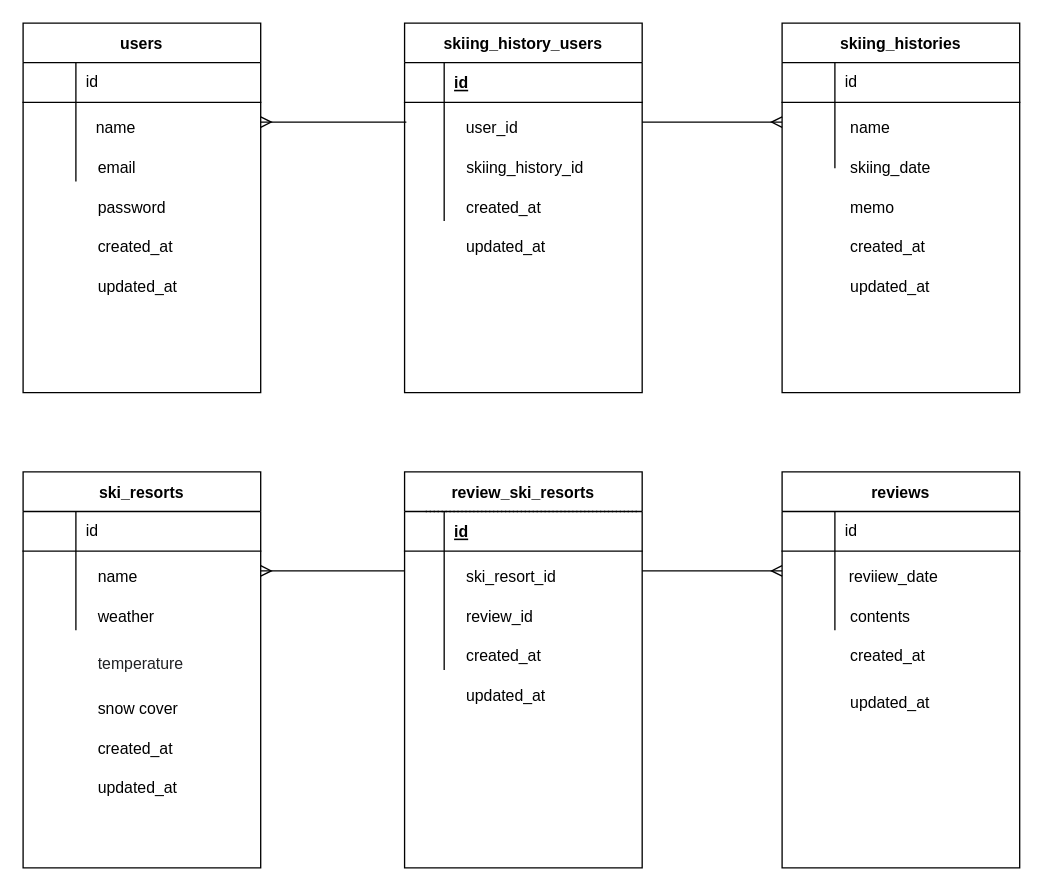
funa074/snow-man keeps this draw.io diagram as er_diagram.drawio. Above is the earlier version. Source tidied: cells renumbered, new cells numbered last; positions are measured from the earlier drawing's top-left corner, leaving out a move shared by most shapes. Both pictures are drawn from the tidied source at 132%, with x=0, y=0 at pixel (22, 22).
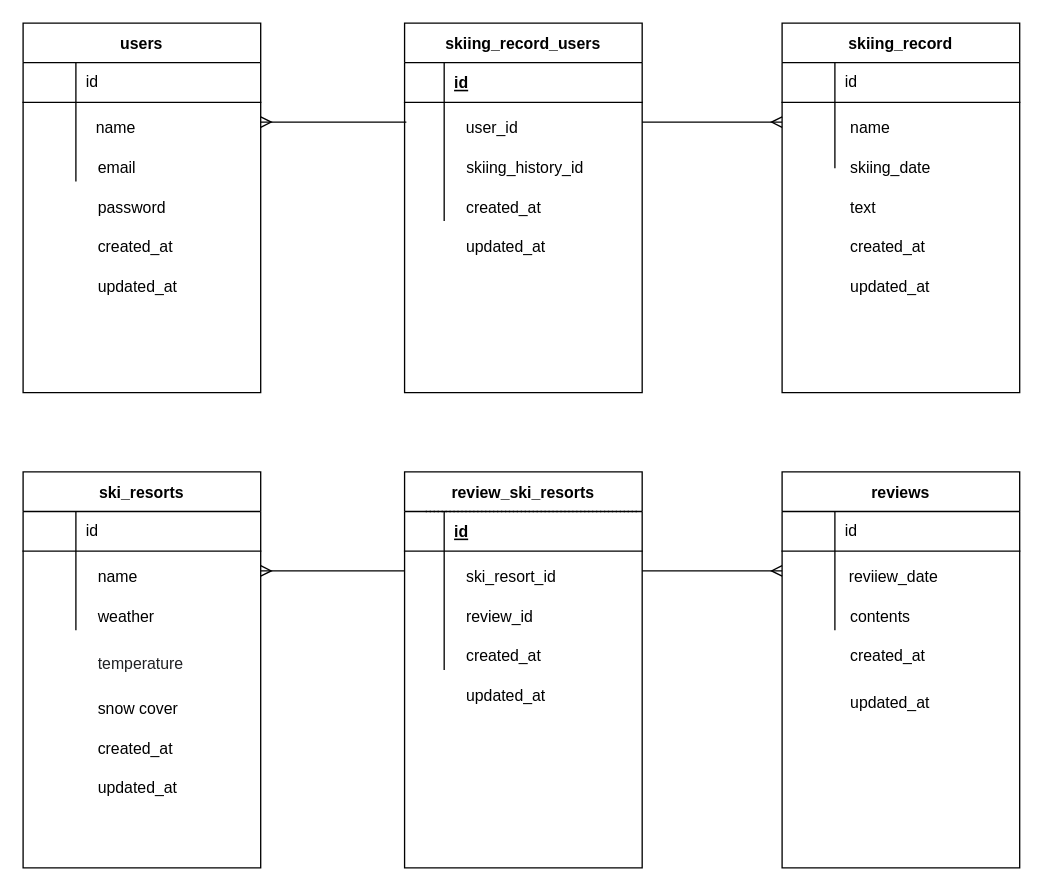
The same diagram, later.

Change to the diagram source:
```diff
@@
-    <mxCell id="22" value="skiing_histories" style="shape=table;startSize=30;childLayout=tableLayout;rowLines=0;fontStyle=1;align=center;fontColor=#000000;strokeColor=#000000;" parent="1" vertex="1">
+    <mxCell id="22" value="skiing_record" style="shape=table;startSize=30;childLayout=tableLayout;rowLines=0;fontStyle=1;align=center;fontColor=#000000;strokeColor=#000000;" parent="1" vertex="1">
       <mxGeometry x="575" width="180" height="280" as="geometry" />
     </mxCell>
@@
-    <mxCell id="45" value="memo" style="text;html=1;align=left;verticalAlign=middle;strokeColor=none;fontColor=#000000;" parent="1" vertex="1">
-      <mxGeometry x="625" y="130" width="50" height="20" as="geometry" />
+    <mxCell id="45" value="text" style="text;html=1;align=left;verticalAlign=middle;strokeColor=none;fontColor=#000000;" parent="1" vertex="1">
+      <mxGeometry x="625" y="130" width="30" height="20" as="geometry" />
     </mxCell>
@@
-    <mxCell id="62" value="skiing_history_users" style="shape=table;startSize=30;childLayout=tableLayout;rowLines=0;fontStyle=1;align=center;" parent="1" vertex="1">
+    <mxCell id="62" value="skiing_record_users" style="shape=table;startSize=30;childLayout=tableLayout;rowLines=0;fontStyle=1;align=center;" parent="1" vertex="1">
       <mxGeometry x="289" width="180" height="280" as="geometry" />
     </mxCell>
```
